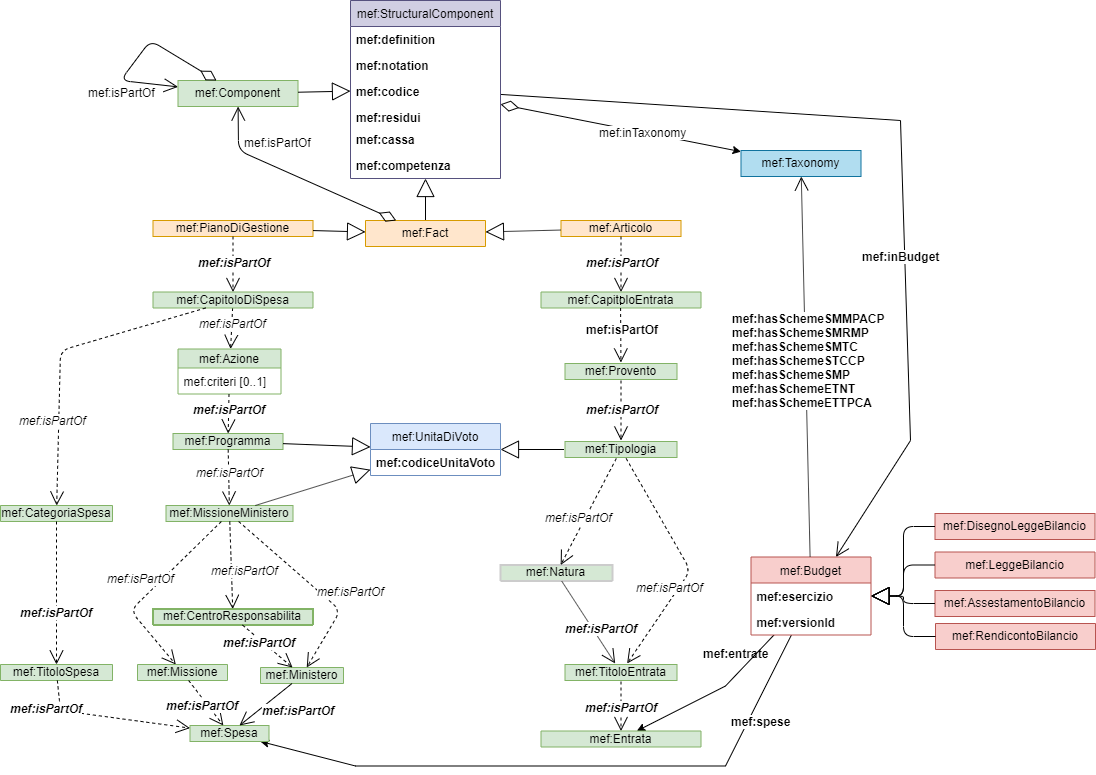
This is mef/uml-diagram.png from g0v-it/ontologies, a draw.io export, as it was before one commit. Source tidied: cells renumbered, new cells last; positions are measured from the earlier drawing's top-left corner, leaving out a move shared by most shapes.
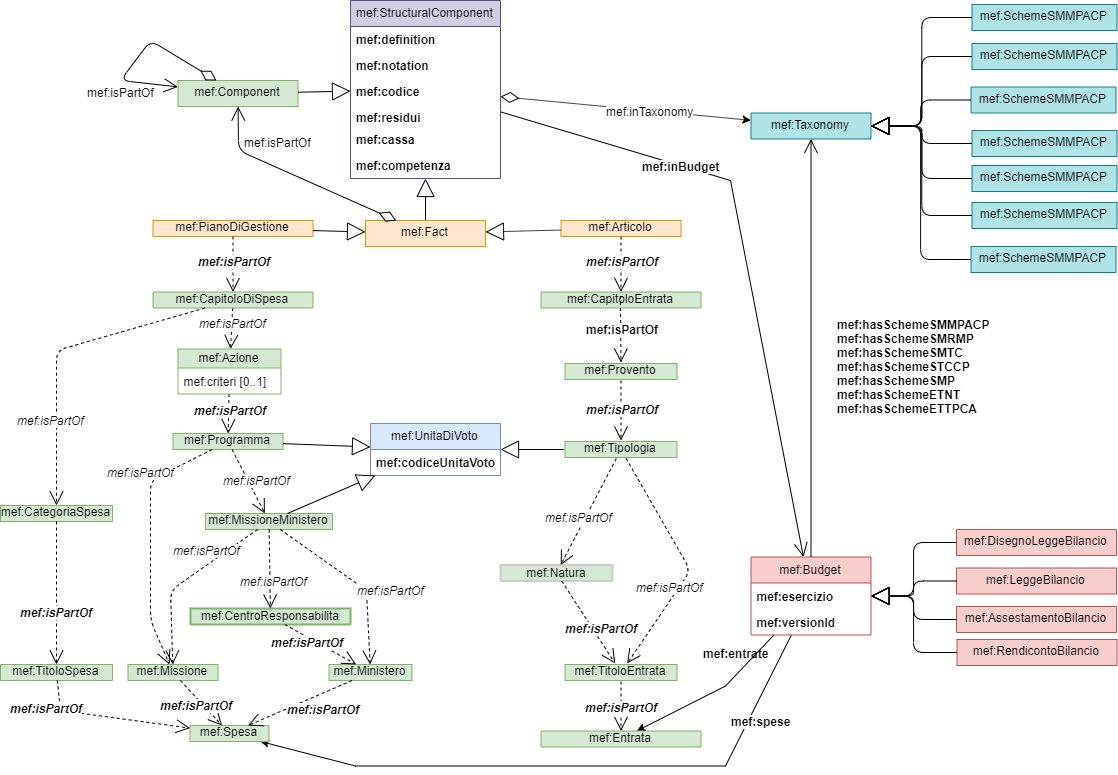
After the commit.

What changed in the source:
```diff
@@ -58,10 +58,10 @@
       <mxGeometry x="172.5" y="433" width="110" height="16" as="geometry" />
     </mxCell>
     <mxCell id="15" value="mef:MissioneMinistero" style="swimlane;fontStyle=0;horizontal=1;startSize=19;fillColor=#d5e8d4;swimlaneFillColor=#ffffff;strokeColor=#82b366;strokeWidth=1;" parent="1" vertex="1" collapsed="1">
-      <mxGeometry x="165.5" y="505" width="127" height="16" as="geometry" />
+      <mxGeometry x="205" y="513" width="127" height="16" as="geometry" />
     </mxCell>
     <mxCell id="16" value="mef:Ministero" style="swimlane;fontStyle=0;horizontal=1;startSize=19;fillColor=#d5e8d4;swimlaneFillColor=#ffffff;strokeColor=#82b366;strokeWidth=1;" parent="1" vertex="1" collapsed="1">
-      <mxGeometry x="260" y="667" width="83" height="16" as="geometry" />
+      <mxGeometry x="328.5" y="664" width="83" height="16" as="geometry" />
     </mxCell>
     <mxCell id="17" style="endArrow=open;endFill=1;endSize=12;html=1;dashed=1;" parent="1" edge="1" source="12" target="14">
       <mxGeometry relative="1" as="geometry" />
@@ -91,14 +91,14 @@
       </mxGeometry>
     </mxCell>
     <mxCell id="24" value="mef:CentroResponsabilita" style="swimlane;fontStyle=0;horizontal=1;startSize=19;fillColor=#d5e8d4;swimlaneFillColor=#ffffff;strokeColor=#82b366;strokeWidth=2;" parent="1" vertex="1" collapsed="1">
-      <mxGeometry x="152.5" y="608.5" width="160" height="16" as="geometry" />
+      <mxGeometry x="190" y="608" width="160" height="16" as="geometry" />
     </mxCell>
     <mxCell id="25" style="endArrow=open;endFill=1;endSize=12;html=1;dashed=1;" parent="1" edge="1" source="15" target="24">
       <mxGeometry relative="1" as="geometry" />
     </mxCell>
     <mxCell id="26" value="mef:isPartOf" style="text;html=1;align=center;verticalAlign=middle;labelBackgroundColor=#ffffff;fontStyle=2;" parent="25" vertex="1">
       <mxGeometry x="0.4" y="-5" relative="1" as="geometry">
-        <mxPoint x="18" y="-12.5" as="offset" />
+        <mxPoint x="8" y="-3.5" as="offset" />
       </mxGeometry>
     </mxCell>
     <mxCell id="27" style="endArrow=open;endFill=1;endSize=12;html=1;elbow=vertical;dashed=1;" parent="1" edge="1" source="24" target="16">
@@ -126,7 +126,7 @@
     <mxCell id="33" style="endArrow=open;endFill=1;endSize=12;html=1;dashed=1;" parent="1" edge="1" source="11" target="30">
       <mxGeometry relative="1" as="geometry">
         <Array as="points">
-          <mxPoint x="60" y="350" />
+          <mxPoint x="56" y="350" />
         </Array>
       </mxGeometry>
     </mxCell>
@@ -184,7 +184,7 @@
         <mxPoint x="6" y="-14" as="offset" />
       </mxGeometry>
     </mxCell>
-    <mxCell id="48" style="endArrow=open;endFill=1;endSize=12;html=1;" parent="1" edge="1" source="35" target="50">
+    <mxCell id="48" style="endArrow=open;endFill=1;endSize=12;html=1;dashed=1;" parent="1" edge="1" source="35" target="50">
       <mxGeometry relative="1" as="geometry" />
     </mxCell>
     <mxCell id="49" value="&lt;b&gt;mef:isPartOf&lt;/b&gt;" style="text;html=1;align=center;verticalAlign=middle;labelBackgroundColor=#ffffff;fontStyle=2;" parent="48" vertex="1">
@@ -207,14 +207,13 @@
     <mxCell id="54" style="rounded=0;jettySize=auto;html=1;startArrow=none;startFill=0;startSize=16;endSize=12;strokeWidth=1;endArrow=open;endFill=0;" parent="1" edge="1" source="56" target="5">
       <mxGeometry relative="1" as="geometry">
         <Array as="points">
-          <mxPoint x="900" y="120" />
-          <mxPoint x="910" y="440" />
+          <mxPoint x="730" y="180" />
         </Array>
       </mxGeometry>
     </mxCell>
     <mxCell id="55" value="mef:inBudget" style="text;html=1;align=center;verticalAlign=middle;labelBackgroundColor=#ffffff;fontStyle=1;" parent="54" vertex="1">
       <mxGeometry x="-0.04" y="-121" relative="1" as="geometry">
-        <mxPoint x="121" y="121" as="offset" />
+        <mxPoint x="58" y="-95.5" as="offset" />
       </mxGeometry>
     </mxCell>
     <mxCell id="56" value="mef:StructuralComponent" style="swimlane;fontStyle=0;horizontal=1;startSize=26;fillColor=#d0cee2;swimlaneFillColor=#ffffff;strokeWidth=1;strokeColor=#56517e;" parent="1" vertex="1">
@@ -247,8 +246,8 @@
     <mxCell id="65" style="endArrow=block;endSize=16;endFill=0;html=1;" parent="1" edge="1" source="21" target="64">
       <mxGeometry relative="1" as="geometry" />
     </mxCell>
-    <mxCell id="66" value="mef:Taxonomy" style="swimlane;fontStyle=0;horizontal=1;startSize=26;swimlaneFillColor=#ffffff;strokeWidth=1;fillColor=#b1ddf0;strokeColor=#10739e;" parent="1" vertex="1" collapsed="1">
-      <mxGeometry x="740.5" y="150" width="120" height="26" as="geometry" />
+    <mxCell id="66" value="mef:Taxonomy" style="swimlane;fontStyle=0;horizontal=1;startSize=26;swimlaneFillColor=#ffffff;strokeWidth=1;fillColor=#b0e3e6;strokeColor=#0e8088;" parent="1" vertex="1" collapsed="1">
+      <mxGeometry x="750.5" y="112.5" width="120" height="26" as="geometry" />
     </mxCell>
     <mxCell id="67" style="endArrow=open;endFill=1;endSize=12;html=1;dashed=1;" parent="1" edge="1" source="36" target="50">
       <mxGeometry relative="1" as="geometry">
@@ -265,7 +264,7 @@
     <mxCell id="69" style="endArrow=open;endFill=1;endSize=12;html=1;dashed=1;" parent="1" edge="1" source="15" target="16">
       <mxGeometry relative="1" as="geometry">
         <Array as="points">
-          <mxPoint x="340" y="610" />
+          <mxPoint x="366" y="590" />
         </Array>
       </mxGeometry>
     </mxCell>
@@ -279,17 +278,17 @@
     </mxCell>
     <mxCell id="72" value="&lt;div&gt;mef:hasSchemeSMMPACP&lt;/div&gt;&lt;div&gt;mef:hasSchemeSMRMP&lt;/div&gt;&lt;div&gt;mef:hasSchemeSMTC&lt;/div&gt;&lt;div&gt;mef:hasSchemeSTCCP&lt;/div&gt;&lt;div&gt;mef:hasSchemeSMP&lt;/div&gt;&lt;div&gt;mef:hasSchemeETNT&lt;/div&gt;&lt;div&gt;mef:hasSchemeETTPCA&lt;/div&gt;" style="text;html=1;align=left;verticalAlign=middle;labelBackgroundColor=#ffffff;fontStyle=1;" parent="71" vertex="1">
       <mxGeometry x="0.4" y="-5" relative="1" as="geometry">
-        <mxPoint x="-78.5" y="70.5" as="offset" />
+        <mxPoint x="19" y="103.5" as="offset" />
       </mxGeometry>
     </mxCell>
     <mxCell id="73" value="mef:DisegnoLeggeBilancio" style="swimlane;fontStyle=0;horizontal=1;startSize=26;fillColor=#f8cecc;swimlaneFillColor=#ffffff;strokeWidth=1;strokeColor=#b85450;" parent="1" vertex="1" collapsed="1">
-      <mxGeometry x="934.5" y="513" width="160" height="26" as="geometry" />
+      <mxGeometry x="956" y="529" width="160" height="26" as="geometry" />
     </mxCell>
     <mxCell id="74" value="mef:LeggeBilancio" style="swimlane;fontStyle=0;horizontal=1;startSize=26;fillColor=#f8cecc;swimlaneFillColor=#ffffff;strokeWidth=1;strokeColor=#b85450;" parent="1" vertex="1" collapsed="1">
-      <mxGeometry x="934.5" y="551.5" width="160" height="26" as="geometry" />
+      <mxGeometry x="956" y="567.5" width="160" height="26" as="geometry" />
     </mxCell>
     <mxCell id="75" value="mef:AssestamentoBilancio" style="swimlane;fontStyle=0;horizontal=1;startSize=26;fillColor=#f8cecc;swimlaneFillColor=#ffffff;strokeWidth=1;strokeColor=#b85450;" parent="1" vertex="1" collapsed="1">
-      <mxGeometry x="934.5" y="590" width="160" height="26" as="geometry" />
+      <mxGeometry x="956" y="606" width="160" height="26" as="geometry" />
     </mxCell>
     <mxCell id="76" style="endArrow=block;endSize=16;endFill=0;html=1;edgeStyle=elbowEdgeStyle;" parent="1" edge="1" source="73" target="5">
       <mxGeometry relative="1" as="geometry" />
@@ -306,7 +305,7 @@
     <mxCell id="80" value="mef:Entrata" style="swimlane;fontStyle=0;horizontal=1;startSize=19;fillColor=#d5e8d4;swimlaneFillColor=#ffffff;strokeColor=#82b366;strokeWidth=1;" parent="1" vertex="1" collapsed="1">
       <mxGeometry x="540.5" y="730.5" width="160" height="16" as="geometry" />
     </mxCell>
-    <mxCell id="81" style="endArrow=open;endFill=1;endSize=12;html=1;" parent="1" edge="1" source="16" target="79">
+    <mxCell id="81" style="endArrow=open;endFill=1;endSize=12;html=1;dashed=1;" parent="1" edge="1" source="16" target="79">
       <mxGeometry relative="1" as="geometry" />
     </mxCell>
     <mxCell id="82" value="mef:isPartOf" style="text;html=1;align=center;verticalAlign=middle;labelBackgroundColor=#ffffff;fontStyle=3;" parent="81" vertex="1">
@@ -338,24 +337,24 @@
       <mxGeometry x="700.5" y="644" width="80" height="20" as="geometry" />
     </mxCell>
     <mxCell id="88" value="mef:RendicontoBilancio" style="swimlane;fontStyle=0;horizontal=1;startSize=26;fillColor=#f8cecc;swimlaneFillColor=#ffffff;strokeWidth=1;strokeColor=#b85450;" parent="1" vertex="1" collapsed="1">
-      <mxGeometry x="935" y="623" width="160" height="26" as="geometry" />
+      <mxGeometry x="956.5" y="639" width="160" height="26" as="geometry" />
     </mxCell>
     <mxCell id="89" style="endArrow=block;endSize=16;endFill=0;html=1;edgeStyle=elbowEdgeStyle;" parent="1" edge="1" source="88" target="5">
       <mxGeometry relative="1" as="geometry" />
     </mxCell>
     <mxCell id="90" value="mef:Missione" style="swimlane;fontStyle=0;horizontal=1;startSize=19;fillColor=#d5e8d4;swimlaneFillColor=#ffffff;strokeColor=#82b366;strokeWidth=1;" parent="1" vertex="1" collapsed="1">
-      <mxGeometry x="137" y="664" width="90" height="16" as="geometry" />
+      <mxGeometry x="127.5" y="664" width="90" height="16" as="geometry" />
     </mxCell>
     <mxCell id="91" style="endArrow=open;endFill=1;endSize=12;html=1;dashed=1;" parent="1" edge="1" source="15" target="90">
       <mxGeometry relative="1" as="geometry">
         <Array as="points">
-          <mxPoint x="130" y="610" />
+          <mxPoint x="170" y="590" />
         </Array>
       </mxGeometry>
     </mxCell>
     <mxCell id="92" value="&lt;span style=&quot;font-style: italic&quot;&gt;mef:isPartOf&lt;/span&gt;" style="text;html=1;align=center;verticalAlign=middle;labelBackgroundColor=#ffffff;" parent="91" vertex="1">
       <mxGeometry x="-0.23" y="3" relative="1" as="geometry">
-        <mxPoint x="-28.5" y="1" as="offset" />
+        <mxPoint x="3.5" y="-22" as="offset" />
       </mxGeometry>
     </mxCell>
     <mxCell id="93" style="endArrow=open;endFill=1;endSize=12;html=1;elbow=vertical;dashed=1;" parent="1" edge="1" source="90" target="79">
@@ -412,5 +411,60 @@
         <mxPoint x="18" y="-12.5" as="offset" />
       </mxGeometry>
     </mxCell>
+    <mxCell id="106" style="endArrow=open;endFill=1;endSize=12;html=1;dashed=1;" parent="1" edge="1" source="14" target="90">
+      <mxGeometry relative="1" as="geometry">
+        <Array as="points">
+          <mxPoint x="150" y="480" />
+          <mxPoint x="150" y="620" />
+        </Array>
+      </mxGeometry>
+    </mxCell>
+    <mxCell id="107" value="&lt;span style=&quot;font-style: italic&quot;&gt;mef:isPartOf&lt;/span&gt;" style="text;html=1;align=center;verticalAlign=middle;labelBackgroundColor=#ffffff;" parent="106" vertex="1">
+      <mxGeometry x="-0.23" y="3" relative="1" as="geometry">
+        <mxPoint x="-13" y="-38" as="offset" />
+      </mxGeometry>
+    </mxCell>
+    <mxCell id="108" value="mef:SchemeSMMPACP" style="swimlane;fontStyle=0;horizontal=1;startSize=26;fillColor=#b0e3e6;swimlaneFillColor=#ffffff;strokeWidth=1;strokeColor=#0e8088;" parent="1" vertex="1" collapsed="1">
+      <mxGeometry x="971.5" y="4" width="145" height="26" as="geometry" />
+    </mxCell>
+    <mxCell id="109" value="mef:SchemeSMMPACP" style="swimlane;fontStyle=0;horizontal=1;startSize=26;fillColor=#b0e3e6;swimlaneFillColor=#ffffff;strokeWidth=1;strokeColor=#0e8088;" parent="1" vertex="1" collapsed="1">
+      <mxGeometry x="971.5" y="43" width="145" height="26" as="geometry" />
+    </mxCell>
+    <mxCell id="110" value="mef:SchemeSMMPACP" style="swimlane;fontStyle=0;horizontal=1;startSize=26;fillColor=#b0e3e6;swimlaneFillColor=#ffffff;strokeWidth=1;strokeColor=#0e8088;" parent="1" vertex="1" collapsed="1">
+      <mxGeometry x="970.5" y="86.5" width="145" height="26" as="geometry" />
+    </mxCell>
+    <mxCell id="111" value="mef:SchemeSMMPACP" style="swimlane;fontStyle=0;horizontal=1;startSize=26;fillColor=#b0e3e6;swimlaneFillColor=#ffffff;strokeWidth=1;strokeColor=#0e8088;" parent="1" vertex="1" collapsed="1">
+      <mxGeometry x="971.5" y="130" width="145" height="26" as="geometry" />
+    </mxCell>
+    <mxCell id="112" value="mef:SchemeSMMPACP" style="swimlane;fontStyle=0;horizontal=1;startSize=26;fillColor=#b0e3e6;swimlaneFillColor=#ffffff;strokeWidth=1;strokeColor=#0e8088;" parent="1" vertex="1" collapsed="1">
+      <mxGeometry x="971.5" y="165" width="145" height="26" as="geometry" />
+    </mxCell>
+    <mxCell id="113" value="mef:SchemeSMMPACP" style="swimlane;fontStyle=0;horizontal=1;startSize=26;fillColor=#b0e3e6;swimlaneFillColor=#ffffff;strokeWidth=1;strokeColor=#0e8088;" parent="1" vertex="1" collapsed="1">
+      <mxGeometry x="971.5" y="202" width="145" height="26" as="geometry" />
+    </mxCell>
+    <mxCell id="114" value="mef:SchemeSMMPACP" style="swimlane;fontStyle=0;horizontal=1;startSize=26;fillColor=#b0e3e6;swimlaneFillColor=#ffffff;strokeWidth=1;strokeColor=#0e8088;" parent="1" vertex="1" collapsed="1">
+      <mxGeometry x="970.5" y="246" width="145" height="26" as="geometry" />
+    </mxCell>
+    <mxCell id="115" style="endArrow=block;endSize=16;endFill=0;html=1;edgeStyle=elbowEdgeStyle;" parent="1" edge="1" source="108" target="66">
+      <mxGeometry relative="1" as="geometry" />
+    </mxCell>
+    <mxCell id="116" style="endArrow=block;endSize=16;endFill=0;html=1;edgeStyle=elbowEdgeStyle;" parent="1" edge="1" source="109" target="66">
+      <mxGeometry relative="1" as="geometry" />
+    </mxCell>
+    <mxCell id="117" style="endArrow=block;endSize=16;endFill=0;html=1;edgeStyle=elbowEdgeStyle;" parent="1" edge="1" source="110" target="66">
+      <mxGeometry relative="1" as="geometry" />
+    </mxCell>
+    <mxCell id="118" style="endArrow=block;endSize=16;endFill=0;html=1;edgeStyle=elbowEdgeStyle;" parent="1" edge="1" source="111" target="66">
+      <mxGeometry relative="1" as="geometry" />
+    </mxCell>
+    <mxCell id="119" style="endArrow=block;endSize=16;endFill=0;html=1;edgeStyle=elbowEdgeStyle;" parent="1" edge="1" source="112" target="66">
+      <mxGeometry relative="1" as="geometry" />
+    </mxCell>
+    <mxCell id="120" style="endArrow=block;endSize=16;endFill=0;html=1;edgeStyle=elbowEdgeStyle;" parent="1" edge="1" source="113" target="66">
+      <mxGeometry relative="1" as="geometry" />
+    </mxCell>
+    <mxCell id="121" style="endArrow=block;endSize=16;endFill=0;html=1;edgeStyle=elbowEdgeStyle;" parent="1" edge="1" source="114" target="66">
+      <mxGeometry relative="1" as="geometry" />
+    </mxCell>
   </root>
 </mxGraphModel>
```
